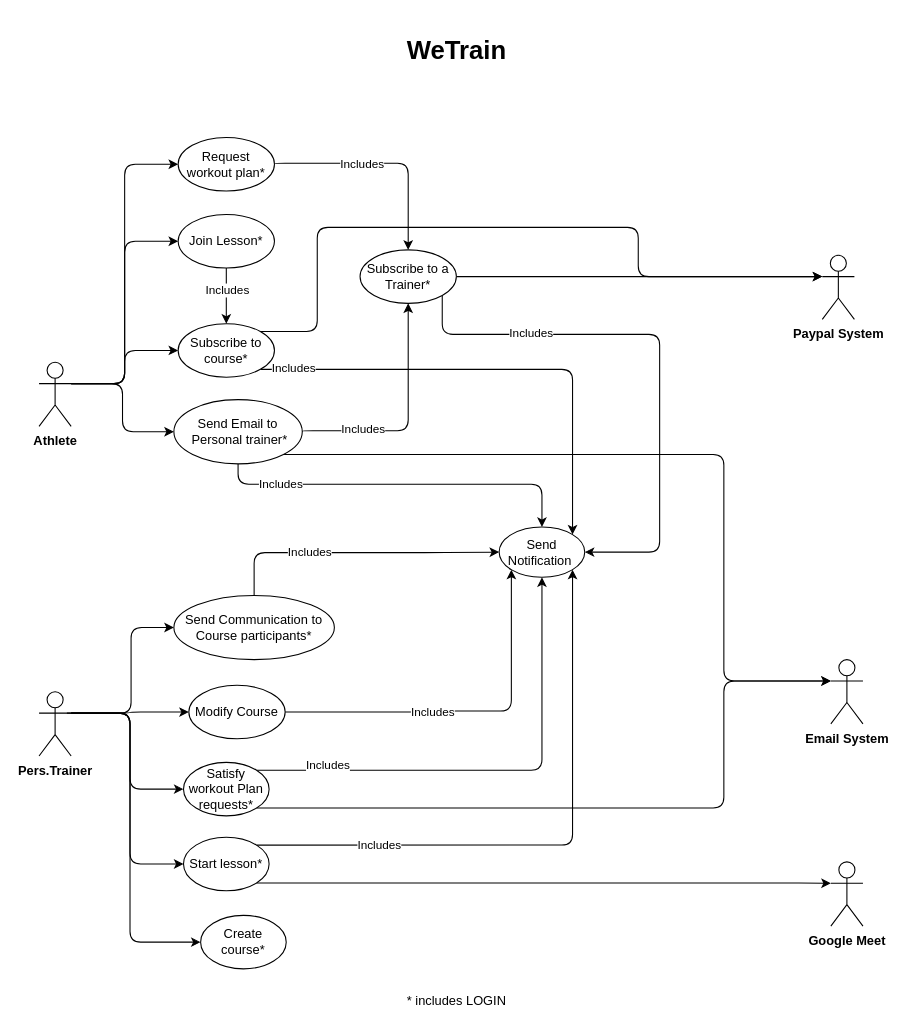
Earlier version of the draw.io diagram UCdiagram.drawio (Bobbarello00/WeTrain). Source tidied: cells renumbered, new cells numbered last; positions are measured from the earlier drawing's top-left corner, leaving out a move shared by most shapes. Both pictures are drawn from the tidied source at 107%, with x=0, y=0 at pixel (39, 24).
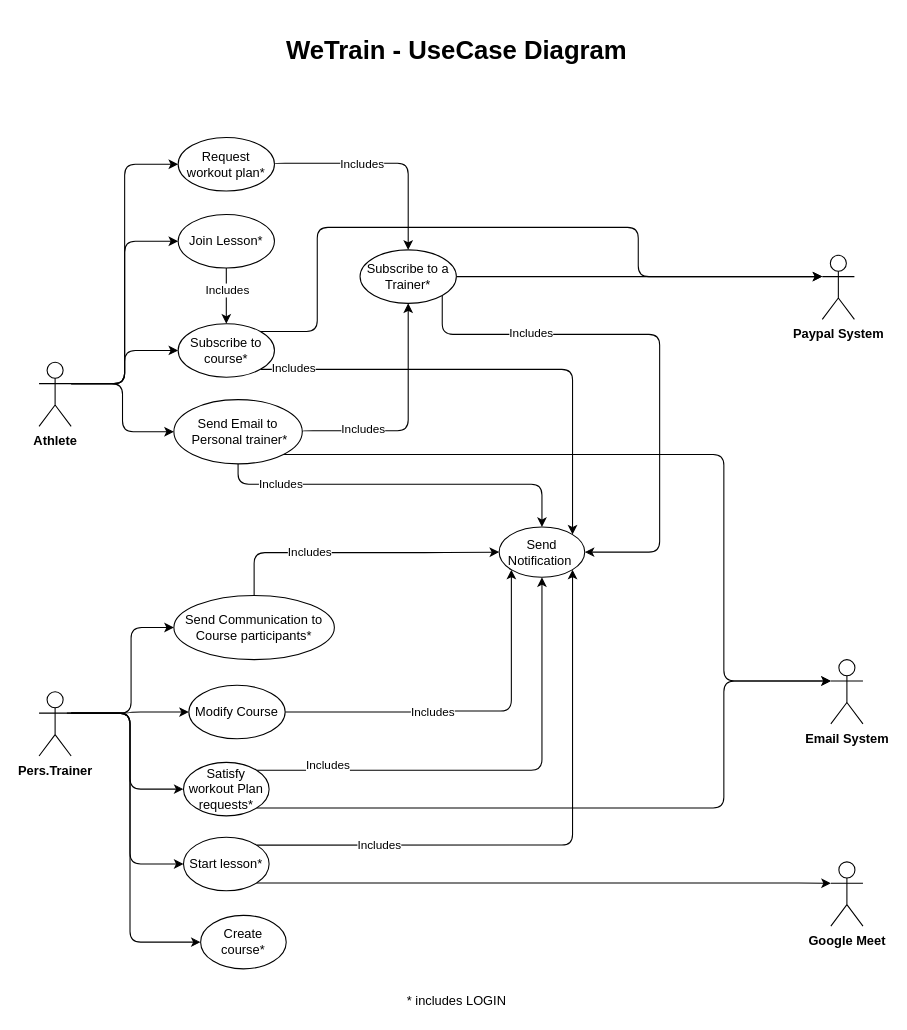
The same diagram, later.

The edit, as a diff of the source:
```diff
@@
-    <mxCell id="14" value="&lt;h1&gt;WeTrain&lt;/h1&gt;" style="text;html=1;align=center;verticalAlign=middle;strokeColor=none;fillColor=none;rounded=1;" parent="1" vertex="1">
-      <mxGeometry x="335" width="110" height="50" as="geometry" />
+    <mxCell id="14" value="&lt;h1&gt;WeTrain - UseCase Diagram&lt;/h1&gt;" style="text;html=1;align=center;verticalAlign=middle;strokeColor=none;fillColor=none;rounded=1;" parent="1" vertex="1">
+      <mxGeometry x="225" width="330" height="50" as="geometry" />
     </mxCell>
```
